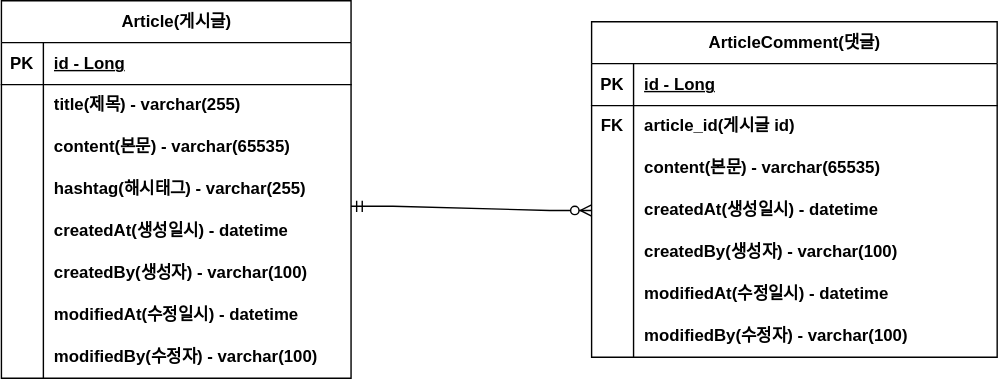
This is document/project-board-erd.drawio.svg from coehgns/fastcampus-project-board, a draw.io export, as it was before one commit. Source tidied: cells renumbered, new cells last; positions are measured from the earlier drawing's top-left corner, leaving out a move shared by most shapes.
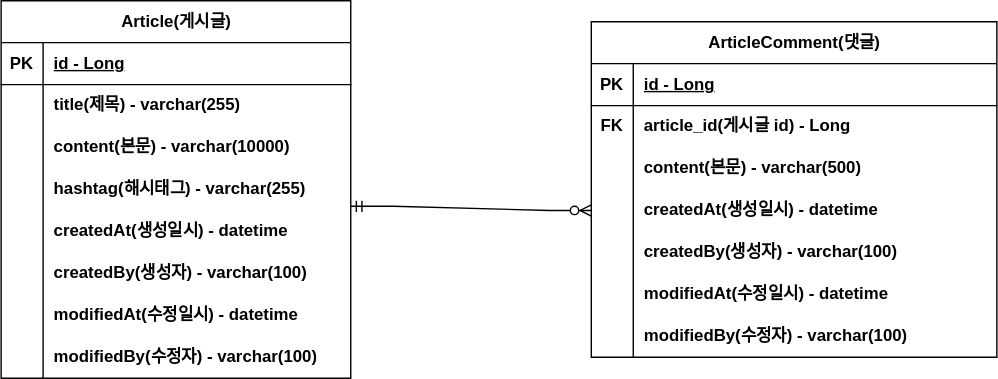
After the change.

Commit message:
#12 - erd 업데이트: content 사이즈 변경

What changed in the source:
```diff
@@ -29,7 +29,7 @@
     <mxCell id="10" style="shape=partialRectangle;fillColor=none;top=0;left=0;bottom=0;right=0;overflow=hidden;whiteSpace=wrap;html=1;fontStyle=1;" parent="9" vertex="1">
       <mxGeometry width="30" height="30" as="geometry" />
     </mxCell>
-    <mxCell id="11" value="content(본문) - varchar(65535)" style="shape=partialRectangle;fillColor=none;top=0;left=0;bottom=0;right=0;align=left;spacingLeft=6;overflow=hidden;whiteSpace=wrap;html=1;fontStyle=1;" parent="9" vertex="1">
+    <mxCell id="11" value="content(본문) - varchar(10000)" style="shape=partialRectangle;fillColor=none;top=0;left=0;bottom=0;right=0;align=left;spacingLeft=6;overflow=hidden;whiteSpace=wrap;html=1;fontStyle=1;" parent="9" vertex="1">
       <mxGeometry x="30" width="220" height="30" as="geometry" />
     </mxCell>
     <mxCell id="12" style="shape=tableRow;horizontal=0;startSize=0;swimlaneHead=0;swimlaneBody=0;fillColor=none;top=0;left=0;right=0;bottom=0;fontStyle=1;" parent="2" vertex="1">
@@ -95,7 +95,7 @@
     <mxCell id="32" value="FK" style="shape=partialRectangle;fillColor=none;top=0;left=0;bottom=0;right=0;overflow=hidden;whiteSpace=wrap;html=1;fontStyle=1;" parent="31" vertex="1">
       <mxGeometry width="30" height="30" as="geometry" />
     </mxCell>
-    <mxCell id="33" value="article_id(게시글 id)" style="shape=partialRectangle;fillColor=none;top=0;left=0;bottom=0;right=0;align=left;spacingLeft=6;overflow=hidden;whiteSpace=wrap;html=1;fontStyle=1;" parent="31" vertex="1">
+    <mxCell id="33" value="article_id(게시글 id) - Long" style="shape=partialRectangle;fillColor=none;top=0;left=0;bottom=0;right=0;align=left;spacingLeft=6;overflow=hidden;whiteSpace=wrap;html=1;fontStyle=1;" parent="31" vertex="1">
       <mxGeometry x="30" width="260" height="30" as="geometry" />
     </mxCell>
     <mxCell id="34" style="shape=tableRow;horizontal=0;startSize=0;swimlaneHead=0;swimlaneBody=0;fillColor=none;top=0;left=0;right=0;bottom=0;fontStyle=1;" parent="27" vertex="1">
@@ -104,7 +104,7 @@
     <mxCell id="35" style="shape=partialRectangle;fillColor=none;top=0;left=0;bottom=0;right=0;overflow=hidden;whiteSpace=wrap;html=1;fontStyle=1;" parent="34" vertex="1">
       <mxGeometry width="30" height="30" as="geometry" />
     </mxCell>
-    <mxCell id="36" value="content(본문) - varchar(65535)" style="shape=partialRectangle;fillColor=none;top=0;left=0;bottom=0;right=0;align=left;spacingLeft=6;overflow=hidden;whiteSpace=wrap;html=1;fontStyle=1;" parent="34" vertex="1">
+    <mxCell id="36" value="content(본문) - varchar(500)" style="shape=partialRectangle;fillColor=none;top=0;left=0;bottom=0;right=0;align=left;spacingLeft=6;overflow=hidden;whiteSpace=wrap;html=1;fontStyle=1;" parent="34" vertex="1">
       <mxGeometry x="30" width="260" height="30" as="geometry" />
     </mxCell>
     <mxCell id="37" style="shape=tableRow;horizontal=0;startSize=0;swimlaneHead=0;swimlaneBody=0;fillColor=none;points=[[0,0.5],[1,0.5]];portConstraint=eastwest;top=0;left=0;right=0;bottom=0;fontStyle=1;" parent="27" vertex="1">
```
